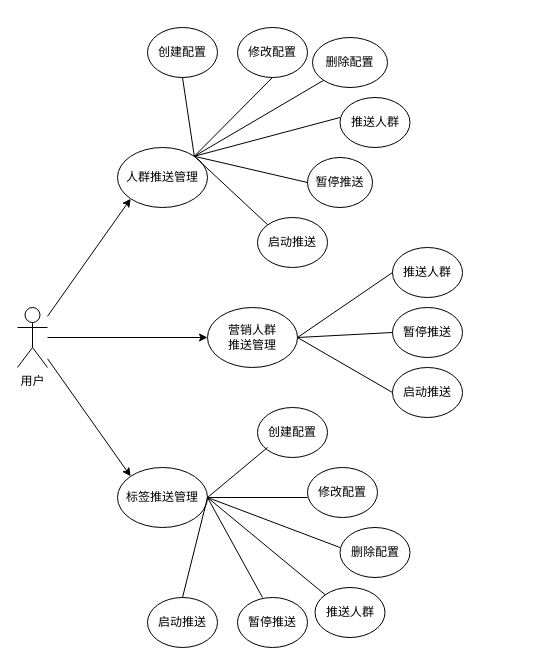
Above: Dashboard E-R图.drawio in natyuen/huatu (draw.io), before the change. Source tidied: cells renumbered, new cells numbered last; positions are measured from the earlier drawing's top-left corner, leaving out a move shared by most shapes. Both pictures are drawn from the tidied source at 100%, with x=0, y=0 at pixel (17, 27).
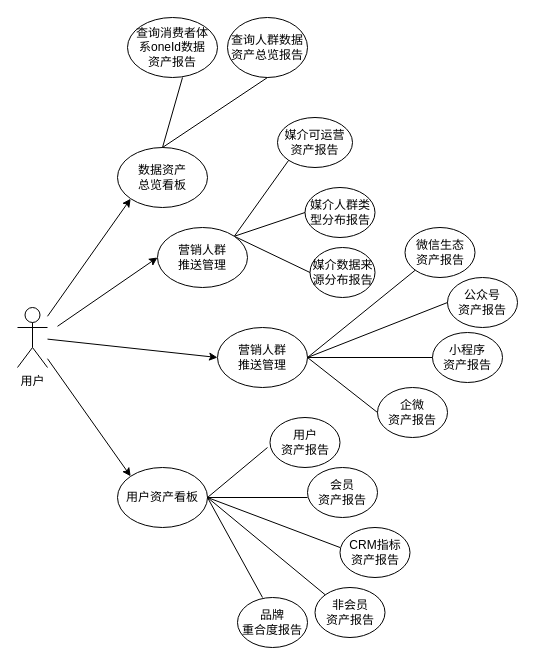
Above is the later version.

Diff of the diagram source:
```diff
@@
-    <mxCell id="6" value="人群推送管理" style="ellipse;whiteSpace=wrap;html=1;" parent="1" vertex="1">
+    <mxCell id="6" value="数据资产&lt;br&gt;总览看板" style="ellipse;whiteSpace=wrap;html=1;" parent="1" vertex="1">
       <mxGeometry x="100" y="120" width="90" height="60" as="geometry" />
     </mxCell>
     <mxCell id="7" value="营销人群&lt;br&gt;推送管理" style="ellipse;whiteSpace=wrap;html=1;" parent="1" vertex="1">
-      <mxGeometry x="190" y="280" width="90" height="60" as="geometry" />
+      <mxGeometry x="200" y="300" width="90" height="60" as="geometry" />
     </mxCell>
-    <mxCell id="8" value="标签推送管理" style="ellipse;whiteSpace=wrap;html=1;" parent="1" vertex="1">
+    <mxCell id="8" value="用户资产看板" style="ellipse;whiteSpace=wrap;html=1;" parent="1" vertex="1">
       <mxGeometry x="100" y="440" width="90" height="60" as="geometry" />
     </mxCell>
-    <mxCell id="9" value="创建配置" style="ellipse;whiteSpace=wrap;html=1;" parent="1" vertex="1">
-      <mxGeometry x="130" width="70" height="50" as="geometry" />
+    <mxCell id="9" value="查询消费者体&lt;br&gt;系oneId数据&lt;br&gt;资产报告" style="ellipse;whiteSpace=wrap;html=1;" parent="1" vertex="1">
+      <mxGeometry x="110" y="-10" width="90" height="60" as="geometry" />
     </mxCell>
-    <mxCell id="10" value="删除配置" style="ellipse;whiteSpace=wrap;html=1;" parent="1" vertex="1">
-      <mxGeometry x="295" y="10" width="75" height="50" as="geometry" />
+    <mxCell id="10" value="媒介可运营&lt;br&gt;资产报告" style="ellipse;whiteSpace=wrap;html=1;" parent="1" vertex="1">
+      <mxGeometry x="260" y="90" width="75" height="50" as="geometry" />
     </mxCell>
-    <mxCell id="11" value="修改配置" style="ellipse;whiteSpace=wrap;html=1;" parent="1" vertex="1">
-      <mxGeometry x="220" width="70" height="50" as="geometry" />
+    <mxCell id="11" value="查询人群数据资产总览报告" style="ellipse;whiteSpace=wrap;html=1;" parent="1" vertex="1">
+      <mxGeometry x="210" y="-10" width="80" height="60" as="geometry" />
     </mxCell>
-    <mxCell id="12" value="推送人群" style="ellipse;whiteSpace=wrap;html=1;" parent="1" vertex="1">
-      <mxGeometry x="322.5" y="70" width="70" height="50" as="geometry" />
+    <mxCell id="12" value="媒介人群类型分布报告" style="ellipse;whiteSpace=wrap;html=1;" parent="1" vertex="1">
+      <mxGeometry x="287.5" y="160" width="70" height="50" as="geometry" />
     </mxCell>
-    <mxCell id="13" value="启动推送" style="ellipse;whiteSpace=wrap;html=1;" parent="1" vertex="1">
-      <mxGeometry x="240" y="190" width="70" height="50" as="geometry" />
+    <mxCell id="13" value="微信生态&lt;br&gt;资产报告" style="ellipse;whiteSpace=wrap;html=1;" parent="1" vertex="1">
+      <mxGeometry x="387.5" y="200" width="70" height="50" as="geometry" />
     </mxCell>
-    <mxCell id="14" value="暂停推送" style="ellipse;whiteSpace=wrap;html=1;" parent="1" vertex="1">
-      <mxGeometry x="290" y="130" width="65" height="50" as="geometry" />
+    <mxCell id="14" value="媒介数据来源分布报告" style="ellipse;whiteSpace=wrap;html=1;" parent="1" vertex="1">
+      <mxGeometry x="292.5" y="220" width="65" height="50" as="geometry" />
     </mxCell>
-    <mxCell id="15" value="启动推送" style="ellipse;whiteSpace=wrap;html=1;" parent="1" vertex="1">
-      <mxGeometry x="375" y="340" width="70" height="50" as="geometry" />
+    <mxCell id="15" value="企微&lt;br&gt;资产报告" style="ellipse;whiteSpace=wrap;html=1;" parent="1" vertex="1">
+      <mxGeometry x="360" y="360" width="70" height="50" as="geometry" />
     </mxCell>
-    <mxCell id="16" value="暂停推送" style="ellipse;whiteSpace=wrap;html=1;" parent="1" vertex="1">
-      <mxGeometry x="375" y="280" width="70" height="50" as="geometry" />
+    <mxCell id="16" value="小程序&lt;br&gt;资产报告" style="ellipse;whiteSpace=wrap;html=1;" parent="1" vertex="1">
+      <mxGeometry x="415" y="305" width="70" height="50" as="geometry" />
     </mxCell>
-    <mxCell id="17" value="推送人群" style="ellipse;whiteSpace=wrap;html=1;" parent="1" vertex="1">
-      <mxGeometry x="375" y="220" width="70" height="50" as="geometry" />
+    <mxCell id="17" value="公众号&lt;br&gt;资产报告" style="ellipse;whiteSpace=wrap;html=1;" parent="1" vertex="1">
+      <mxGeometry x="430" y="250" width="70" height="50" as="geometry" />
     </mxCell>
-    <mxCell id="18" value="启动推送" style="ellipse;whiteSpace=wrap;html=1;" parent="1" vertex="1">
-      <mxGeometry x="130" y="570" width="70" height="50" as="geometry" />
-    </mxCell>
-    <mxCell id="19" value="暂停推送" style="ellipse;whiteSpace=wrap;html=1;" parent="1" vertex="1">
+    <mxCell id="19" value="品牌&lt;br&gt;重合度报告" style="ellipse;whiteSpace=wrap;html=1;" parent="1" vertex="1">
       <mxGeometry x="220" y="570" width="70" height="50" as="geometry" />
     </mxCell>
-    <mxCell id="20" value="推送人群" style="ellipse;whiteSpace=wrap;html=1;" parent="1" vertex="1">
+    <mxCell id="20" value="非会员&lt;br&gt;资产报告" style="ellipse;whiteSpace=wrap;html=1;" parent="1" vertex="1">
       <mxGeometry x="297.5" y="560" width="70" height="50" as="geometry" />
     </mxCell>
-    <mxCell id="21" value="删除配置" style="ellipse;whiteSpace=wrap;html=1;" parent="1" vertex="1">
+    <mxCell id="21" value="CRM指标&lt;br&gt;资产报告" style="ellipse;whiteSpace=wrap;html=1;" parent="1" vertex="1">
       <mxGeometry x="322.5" y="500" width="70" height="50" as="geometry" />
     </mxCell>
-    <mxCell id="22" value="修改配置" style="ellipse;whiteSpace=wrap;html=1;" parent="1" vertex="1">
+    <mxCell id="22" value="会员&lt;br&gt;资产报告" style="ellipse;whiteSpace=wrap;html=1;" parent="1" vertex="1">
       <mxGeometry x="290" y="440" width="70" height="50" as="geometry" />
     </mxCell>
-    <mxCell id="23" value="创建配置" style="ellipse;whiteSpace=wrap;html=1;" parent="1" vertex="1">
-      <mxGeometry x="240" y="380" width="70" height="50" as="geometry" />
+    <mxCell id="23" value="用户&lt;br&gt;资产报告" style="ellipse;whiteSpace=wrap;html=1;" parent="1" vertex="1">
+      <mxGeometry x="252.5" y="390" width="70" height="50" as="geometry" />
     </mxCell>
-    <mxCell id="24" style="endArrow=none;html=1;rounded=0;entryX=0.5;entryY=1;entryDx=0;entryDy=0;exitX=1;exitY=0;exitDx=0;exitDy=0;" parent="1" edge="1" source="6" target="11">
+    <mxCell id="24" style="endArrow=none;html=1;rounded=0;entryX=0.5;entryY=1;entryDx=0;entryDy=0;exitX=0.5;exitY=0;exitDx=0;exitDy=0;" parent="1" edge="1" source="6" target="11">
       <mxGeometry relative="1" as="geometry" />
     </mxCell>
-    <mxCell id="25" style="endArrow=none;html=1;rounded=0;entryX=0.5;entryY=1;entryDx=0;entryDy=0;exitX=1;exitY=0;exitDx=0;exitDy=0;" parent="1" edge="1" source="6">
+    <mxCell id="25" style="endArrow=none;html=1;rounded=0;entryX=0.5;entryY=1;entryDx=0;entryDy=0;exitX=0.5;exitY=0;exitDx=0;exitDy=0;" parent="1" edge="1" source="6">
       <mxGeometry relative="1" as="geometry">
         <mxPoint x="165" y="50" as="targetPoint" />
       </mxGeometry>
     </mxCell>
-    <mxCell id="26" style="endArrow=none;html=1;rounded=0;entryX=0;entryY=1;entryDx=0;entryDy=0;exitX=1;exitY=0;exitDx=0;exitDy=0;" parent="1" edge="1" source="6" target="10">
+    <mxCell id="26" style="endArrow=none;html=1;rounded=0;entryX=0;entryY=0.5;entryDx=0;entryDy=0;exitX=1;exitY=0;exitDx=0;exitDy=0;" parent="1" edge="1" source="39" target="12">
       <mxGeometry relative="1" as="geometry" />
     </mxCell>
-    <mxCell id="27" style="endArrow=none;html=1;rounded=0;entryX=0.5;entryY=1;entryDx=0;entryDy=0;exitX=1;exitY=0;exitDx=0;exitDy=0;" parent="1" edge="1" source="6">
-      <mxGeometry relative="1" as="geometry">
-        <mxPoint x="322.5" y="90" as="targetPoint" />
-      </mxGeometry>
+    <mxCell id="27" style="endArrow=none;html=1;rounded=0;entryX=0;entryY=1;entryDx=0;entryDy=0;exitX=1;exitY=0;exitDx=0;exitDy=0;" parent="1" edge="1" source="39" target="10">
+      <mxGeometry relative="1" as="geometry" />
     </mxCell>
-    <mxCell id="28" style="endArrow=none;html=1;rounded=0;entryX=0;entryY=0.5;entryDx=0;entryDy=0;exitX=1;exitY=0;exitDx=0;exitDy=0;" parent="1" edge="1" source="6" target="14">
+    <mxCell id="28" style="endArrow=none;html=1;rounded=0;entryX=0;entryY=0.5;entryDx=0;entryDy=0;exitX=1;exitY=0;exitDx=0;exitDy=0;" parent="1" edge="1" source="39" target="14">
       <mxGeometry relative="1" as="geometry" />
     </mxCell>
-    <mxCell id="29" style="endArrow=none;html=1;rounded=0;entryX=0;entryY=0;entryDx=0;entryDy=0;exitX=1;exitY=0;exitDx=0;exitDy=0;" parent="1" edge="1" source="6" target="13">
+    <mxCell id="29" style="endArrow=none;html=1;rounded=0;entryX=0;entryY=1;entryDx=0;entryDy=0;exitX=1;exitY=0.5;exitDx=0;exitDy=0;" parent="1" edge="1" source="7" target="13">
       <mxGeometry relative="1" as="geometry" />
     </mxCell>
@@
-    <mxCell id="31" style="endArrow=none;html=1;rounded=0;entryX=0;entryY=0.5;entryDx=0;entryDy=0;" parent="1" edge="1" target="16">
-      <mxGeometry relative="1" as="geometry">
-        <mxPoint x="280" y="310" as="sourcePoint" />
-      </mxGeometry>
+    <mxCell id="31" style="endArrow=none;html=1;rounded=0;entryX=0;entryY=0.5;entryDx=0;entryDy=0;exitX=1;exitY=0.5;exitDx=0;exitDy=0;" parent="1" edge="1" source="7" target="16">
+      <mxGeometry relative="1" as="geometry" />
     </mxCell>
-    <mxCell id="32" style="endArrow=none;html=1;rounded=0;entryX=0.5;entryY=1;entryDx=0;entryDy=0;exitX=1;exitY=0.5;exitDx=0;exitDy=0;" parent="1" edge="1" source="7">
-      <mxGeometry relative="1" as="geometry">
-        <mxPoint x="375" y="365" as="targetPoint" />
-      </mxGeometry>
+    <mxCell id="32" style="endArrow=none;html=1;rounded=0;entryX=0;entryY=0.5;entryDx=0;entryDy=0;exitX=1;exitY=0.5;exitDx=0;exitDy=0;" parent="1" edge="1" source="7" target="15">
+      <mxGeometry relative="1" as="geometry" />
     </mxCell>
@@
-    <mxCell id="38" style="endArrow=none;html=1;rounded=0;entryX=0.5;entryY=0;entryDx=0;entryDy=0;exitX=1;exitY=0.5;exitDx=0;exitDy=0;" parent="1" edge="1" source="8" target="18">
-      <mxGeometry relative="1" as="geometry" />
-    </mxCell>
+    <mxCell id="39" value="营销人群&lt;br&gt;推送管理" style="ellipse;whiteSpace=wrap;html=1;" parent="1" vertex="1">
+      <mxGeometry x="140" y="200" width="90" height="60" as="geometry" />
+    </mxCell>
+    <mxCell id="40" style="edgeStyle=none;rounded=0;jettySize=auto;html=1;entryX=0;entryY=0.5;entryDx=0;entryDy=0;" parent="1" edge="1" target="39">
+      <mxGeometry relative="1" as="geometry">
+        <mxPoint x="40" y="298.8" as="sourcePoint" />
+      </mxGeometry>
+    </mxCell>
```
